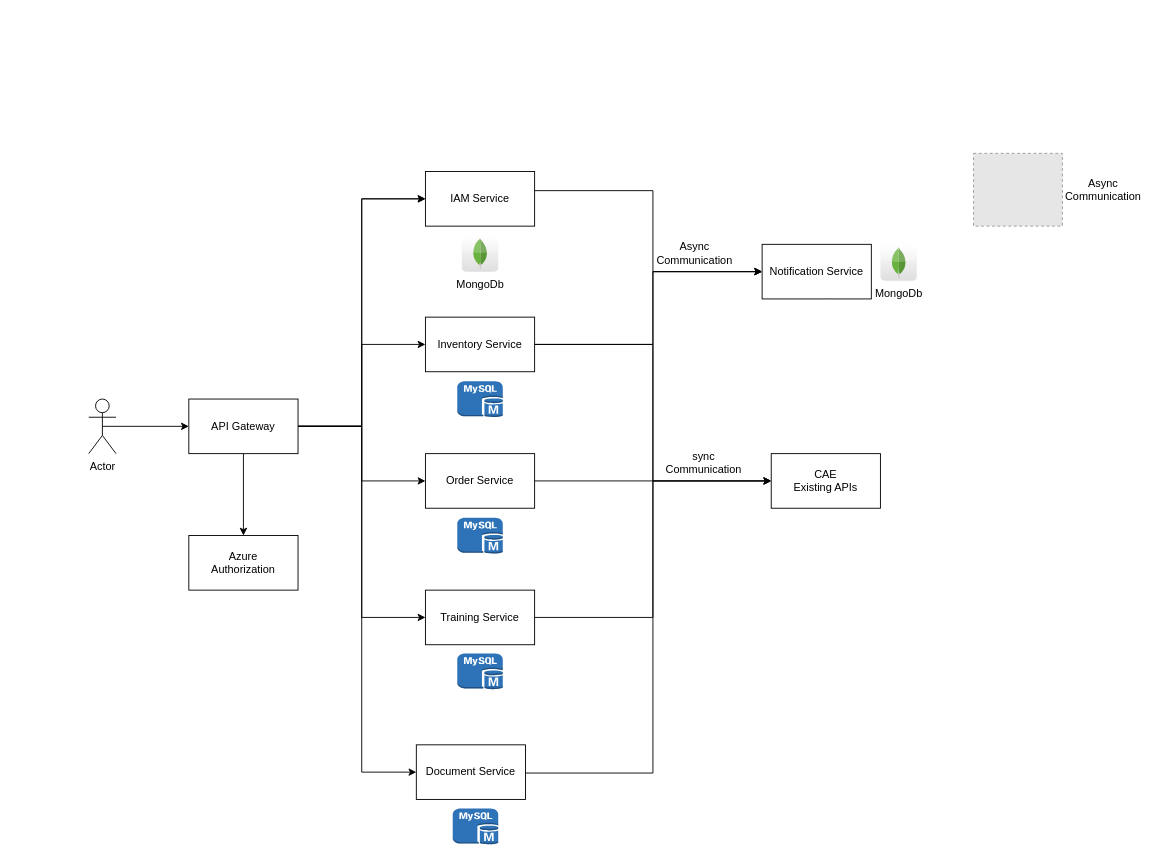
Before: Untitled Diagram.drawio in madhutelugu/Tutorial, a draw.io diagram. Source tidied: cells renumbered, new cells numbered last; positions are measured from the earlier drawing's top-left corner, leaving out a move shared by most shapes. Both pictures are drawn from the tidied source at 91%, with x=0, y=0 at pixel (88, 153). Pictures stored in the file or linked from it are replaced by grey dashed boxes.
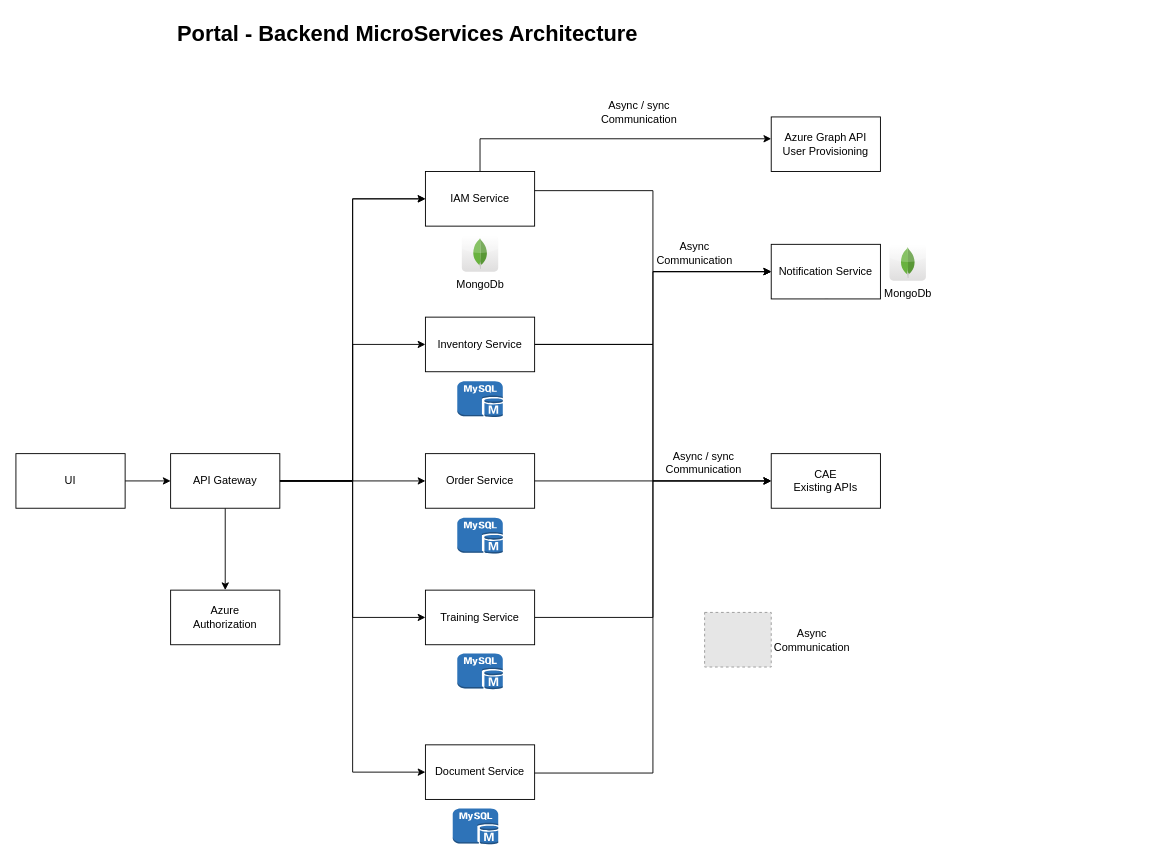
Above is the later version.

Commit message:
portal_backend_architecture

The change refers to these unchanged cells:
```xml
<mxCell id="12" value="IAM Service" style="rounded=0;whiteSpace=wrap;html=1;" parent="1" vertex="1">
  <mxGeometry x="370" y="20" width="120" height="60" as="geometry" />
</mxCell>
```

The edit, as a diff of the source:
```diff
@@
-    <mxCell id="2" value="Actor" style="shape=umlActor;verticalLabelPosition=bottom;verticalAlign=top;html=1;outlineConnect=0;" parent="1" vertex="1">
-      <mxGeometry y="270" width="30" height="60" as="geometry" />
-    </mxCell>
@@
     <mxCell id="8" style="edgeStyle=orthogonalEdgeStyle;rounded=0;jettySize=auto;html=1;exitX=1;exitY=0.5;exitDx=0;exitDy=0;entryX=0;entryY=0.5;entryDx=0;entryDy=0;" parent="1" edge="1" source="9" target="35">
       <mxGeometry relative="1" as="geometry">
         <Array as="points">
-          <mxPoint x="300" y="300" />
-          <mxPoint x="300" y="680" />
+          <mxPoint x="290" y="360" />
+          <mxPoint x="290" y="680" />
         </Array>
       </mxGeometry>
     </mxCell>
     <mxCell id="9" value="API Gateway" style="rounded=0;whiteSpace=wrap;html=1;" parent="1" vertex="1">
-      <mxGeometry x="110" y="270" width="120" height="60" as="geometry" />
+      <mxGeometry x="90" y="330" width="120" height="60" as="geometry" />
     </mxCell>
@@
+    <mxCell id="37" style="edgeStyle=orthogonalEdgeStyle;rounded=0;jettySize=auto;html=1;exitX=0.5;exitY=0;exitDx=0;exitDy=0;entryX=0;entryY=0.4;entryDx=0;entryDy=0;entryPerimeter=0;" parent="1" edge="1" source="12" target="38">
+      <mxGeometry relative="1" as="geometry" />
+    </mxCell>
@@
     <mxCell id="13" value="Notification Service" style="rounded=0;whiteSpace=wrap;html=1;" parent="1" vertex="1">
-      <mxGeometry x="740" y="100" width="120" height="60" as="geometry" />
+      <mxGeometry x="750" y="100" width="120" height="60" as="geometry" />
     </mxCell>
@@
     <mxCell id="24" value="MongoDb&lt;br&gt;" style="dashed=0;html=1;align=center;labelPosition=center;verticalLabelPosition=bottom;verticalAlign=top;shape=mxgraph.webicons.mongodb;gradientColor=#DFDEDE;" parent="1" vertex="1">
-      <mxGeometry x="870" y="100" width="40" height="40" as="geometry" />
+      <mxGeometry x="880" y="100" width="40" height="40" as="geometry" />
     </mxCell>
@@
-    <mxCell id="28" value="sync&lt;br&gt;Communication" style="text;html=1;strokeColor=none;fillColor=none;align=center;verticalAlign=middle;whiteSpace=wrap;rounded=0;" parent="1" vertex="1">
+    <mxCell id="28" value="Async / sync&lt;br&gt;Communication" style="text;html=1;strokeColor=none;fillColor=none;align=center;verticalAlign=middle;whiteSpace=wrap;rounded=0;" parent="1" vertex="1">
       <mxGeometry x="630.7" y="325" width="90" height="30" as="geometry" />
     </mxCell>
-    <mxCell id="29" style="edgeStyle=orthogonalEdgeStyle;rounded=0;jettySize=auto;html=1;exitX=0.5;exitY=0.5;exitDx=0;exitDy=0;exitPerimeter=0;entryX=0;entryY=0.5;entryDx=0;entryDy=0;" parent="1" edge="1" source="2" target="9">
+    <mxCell id="29" style="edgeStyle=orthogonalEdgeStyle;rounded=0;jettySize=auto;html=1;entryX=0;entryY=0.5;entryDx=0;entryDy=0;" parent="1" edge="1" source="41" target="9">
       <mxGeometry relative="1" as="geometry" />
     </mxCell>
     <mxCell id="30" value="Azure&lt;br&gt;Authorization" style="rounded=0;whiteSpace=wrap;html=1;" parent="1" vertex="1">
-      <mxGeometry x="110" y="420" width="120" height="60" as="geometry" />
+      <mxGeometry x="90" y="480" width="120" height="60" as="geometry" />
     </mxCell>
@@
     <mxCell id="32" style="fillColor=#E6E6E6;strokeColor=#999999;dashed=1;verticalLabelPosition=bottom;labelBackgroundColor=default;verticalAlign=top;" parent="1" vertex="1">
-      <mxGeometry x="972.3" width="97.7" height="80" as="geometry" />
+      <mxGeometry x="676.8" y="504.5" width="73.2" height="60" as="geometry" />
     </mxCell>
-    <mxCell id="33" value="Async&lt;br&gt;Communication" style="text;html=1;strokeColor=none;fillColor=none;align=center;verticalAlign=middle;whiteSpace=wrap;rounded=0;" parent="1" vertex="1">
-      <mxGeometry x="1070" y="25" width="90" height="30" as="geometry" />
-    </mxCell>
@@
     <mxCell id="35" value="Document Service" style="rounded=0;whiteSpace=wrap;html=1;" parent="1" vertex="1">
-      <mxGeometry x="360" y="650" width="120" height="60" as="geometry" />
+      <mxGeometry x="370" y="650" width="120" height="60" as="geometry" />
     </mxCell>
@@
+    <mxCell id="38" value="Azure Graph API&lt;br&gt;User Provisioning" style="rounded=0;whiteSpace=wrap;html=1;" parent="1" vertex="1">
+      <mxGeometry x="750" y="-40" width="120" height="60" as="geometry" />
+    </mxCell>
+    <mxCell id="39" value="Async / sync&lt;br&gt;Communication" style="text;html=1;strokeColor=none;fillColor=none;align=center;verticalAlign=middle;whiteSpace=wrap;rounded=0;" parent="1" vertex="1">
+      <mxGeometry x="560" y="-60" width="90" height="30" as="geometry" />
+    </mxCell>
+    <mxCell id="33" value="Async&lt;br&gt;Communication" style="text;html=1;strokeColor=none;fillColor=none;align=center;verticalAlign=middle;whiteSpace=wrap;rounded=0;" parent="1" vertex="1">
+      <mxGeometry x="750" y="519.5" width="90" height="30" as="geometry" />
+    </mxCell>
+    <mxCell id="40" value="Portal - Backend MicroServices Architecture" style="text;strokeColor=none;fillColor=none;html=1;fontSize=24;fontStyle=1;verticalAlign=middle;align=center;" parent="1" vertex="1">
+      <mxGeometry x="300" y="-151" width="100" height="40" as="geometry" />
+    </mxCell>
+    <mxCell id="41" value="UI" style="rounded=0;whiteSpace=wrap;html=1;" parent="1" vertex="1">
+      <mxGeometry x="-80" y="330" width="120" height="60" as="geometry" />
+    </mxCell>
```
